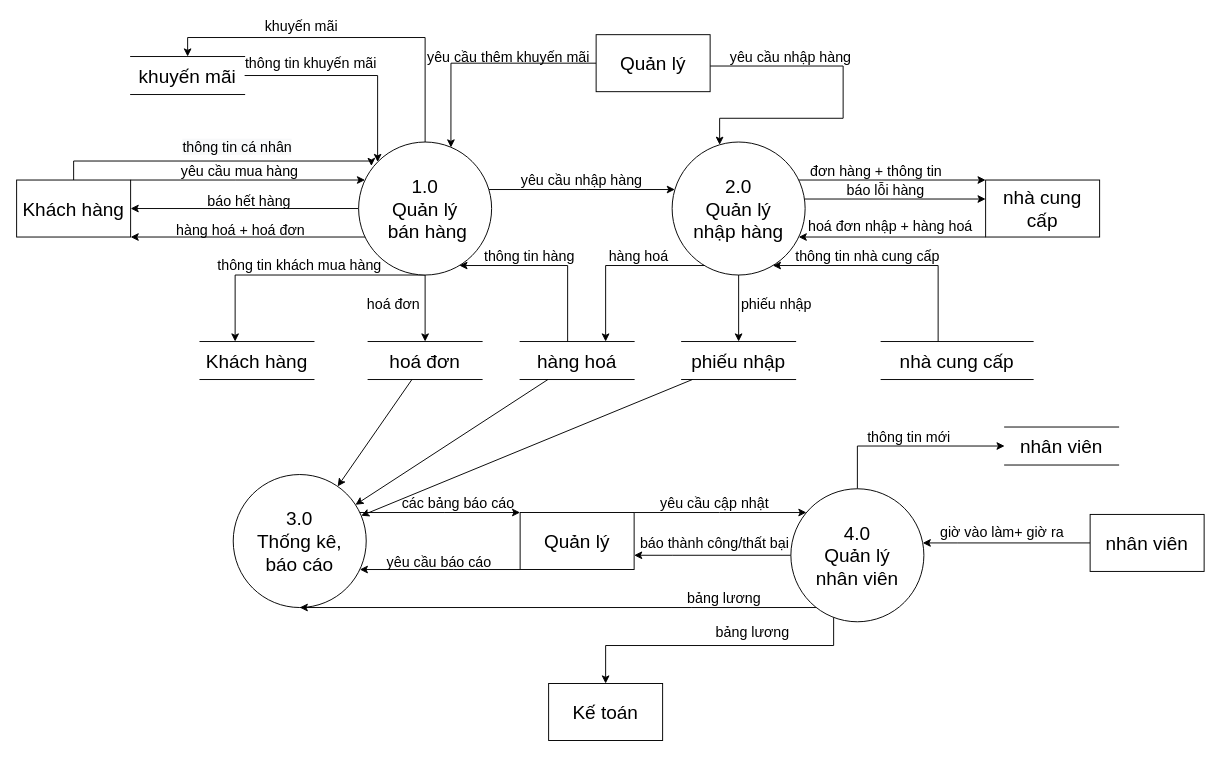
Before: Documents/DFD muc 0,1 cnpm/muc dinh.drawio in boopanda1998/Cong_nghe_phan_mem, a draw.io diagram. Source tidied: cells renumbered, new cells numbered last; positions are measured from the earlier drawing's top-left corner, leaving out a move shared by most shapes. Both pictures are drawn from the tidied source at 95%, with x=0, y=0 at pixel (16, 16).
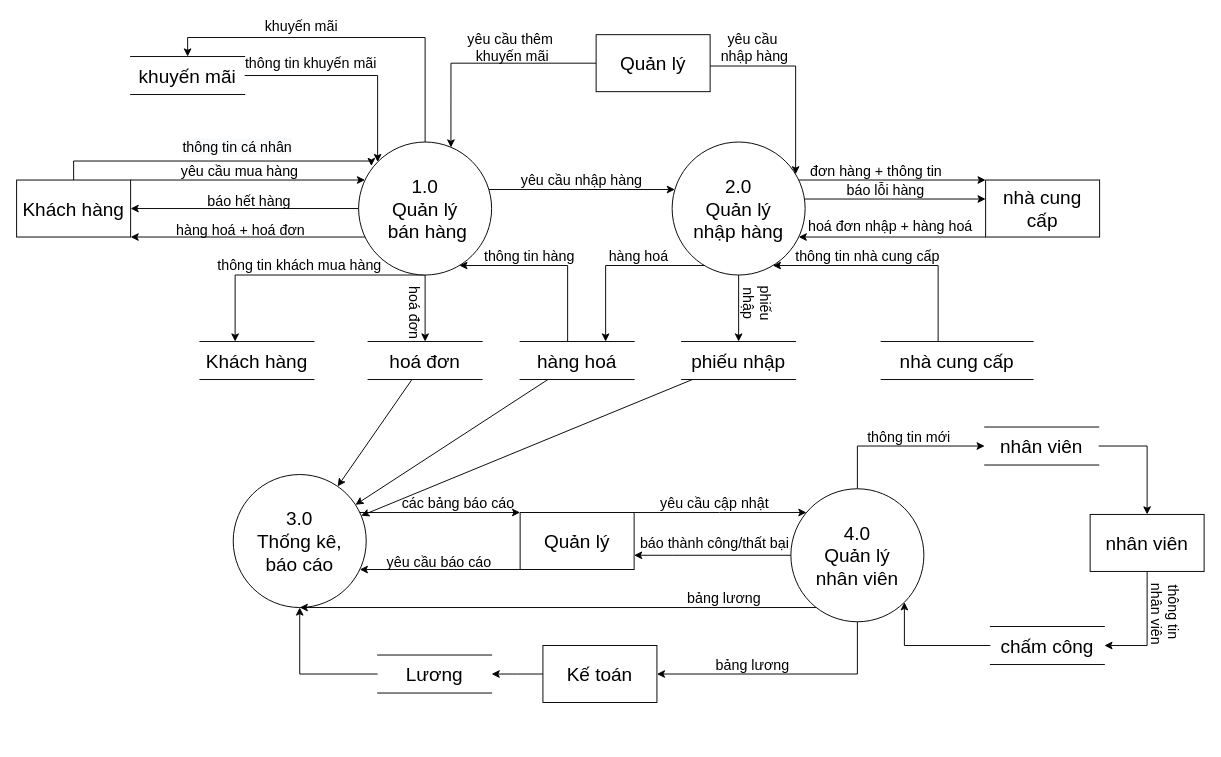
After the change.

Unchanged cells that the change refers to:
```xml
<mxCell id="17" value="&lt;font style=&quot;font-size: 20px&quot;&gt;2.0&lt;br&gt;Quản lý&lt;br&gt;nhập hàng&lt;br&gt;&lt;/font&gt;" style="ellipse;whiteSpace=wrap;html=1;" parent="1" vertex="1">
  <mxGeometry x="690" y="132" width="140" height="140" as="geometry" />
</mxCell>
<mxCell id="19" value="&lt;font style=&quot;font-size: 20px&quot;&gt;3.0&lt;br&gt;Thống kê,&lt;br&gt;báo cáo&lt;br&gt;&lt;/font&gt;" style="ellipse;whiteSpace=wrap;html=1;" parent="1" vertex="1">
  <mxGeometry x="228" y="482" width="140" height="140" as="geometry" />
</mxCell>
<mxCell id="24" value="&lt;font style=&quot;font-size: 20px&quot;&gt;4.0&lt;br&gt;Quản lý&lt;br&gt;nhân viên&lt;br&gt;&lt;/font&gt;" style="ellipse;whiteSpace=wrap;html=1;" parent="1" vertex="1">
  <mxGeometry x="815" y="497" width="140" height="140" as="geometry" />
</mxCell>
<mxCell id="51" value="&lt;font style=&quot;font-size: 20px&quot;&gt;Quản lý&lt;/font&gt;" style="rounded=0;whiteSpace=wrap;html=1;" parent="1" vertex="1">
  <mxGeometry x="610" y="19" width="120" height="60" as="geometry" />
</mxCell>
<mxCell id="69" value="&lt;font style=&quot;font-size: 20px&quot;&gt;nhân viên&lt;/font&gt;" style="rounded=0;whiteSpace=wrap;html=1;" parent="1" vertex="1">
  <mxGeometry x="1130" y="524" width="120" height="60" as="geometry" />
</mxCell>
```

Diff of the diagram source:
```diff
@@
+    <mxCell id="23" style="edgeStyle=orthogonalEdgeStyle;rounded=0;jettySize=auto;html=1;" parent="1" edge="1" source="24" target="19">
+      <mxGeometry relative="1" as="geometry">
+        <Array as="points">
+          <mxPoint x="710" y="622" />
+          <mxPoint x="710" y="622" />
+        </Array>
+      </mxGeometry>
+    </mxCell>
-    <mxCell id="22" style="edgeStyle=orthogonalEdgeStyle;rounded=0;jettySize=auto;html=1;fontSize=15;" parent="1" edge="1" source="24" target="64">
-      <mxGeometry relative="1" as="geometry">
-        <Array as="points">
-          <mxPoint x="860" y="662" />
-        </Array>
-      </mxGeometry>
+    <mxCell id="22" style="edgeStyle=orthogonalEdgeStyle;rounded=0;jettySize=auto;html=1;exitX=0.5;exitY=1;exitDx=0;exitDy=0;entryX=1;entryY=0.5;entryDx=0;entryDy=0;" parent="1" edge="1" source="24" target="64">
+      <mxGeometry relative="1" as="geometry" />
     </mxCell>
-    <mxCell id="23" style="edgeStyle=orthogonalEdgeStyle;rounded=0;jettySize=auto;html=1;" parent="1" edge="1" source="24" target="19">
-      <mxGeometry relative="1" as="geometry">
-        <Array as="points">
-          <mxPoint x="710" y="622" />
-          <mxPoint x="710" y="622" />
-        </Array>
-      </mxGeometry>
-    </mxCell>
@@
+    <mxCell id="74" style="edgeStyle=orthogonalEdgeStyle;rounded=0;jettySize=auto;html=1;exitX=1;exitY=0.5;exitDx=0;exitDy=0;" parent="1" edge="1" source="33" target="69">
+      <mxGeometry relative="1" as="geometry" />
+    </mxCell>
     <mxCell id="33" value="&lt;span style=&quot;font-size: 20px&quot;&gt;nhân viên&lt;/span&gt;" style="shape=partialRectangle;whiteSpace=wrap;html=1;left=0;right=0;fillColor=none;" parent="1" vertex="1">
-      <mxGeometry x="1040" y="432" width="120" height="40" as="geometry" />
+      <mxGeometry x="1019" y="432" width="120" height="40" as="geometry" />
     </mxCell>
@@
-    <mxCell id="37" value="hoá đơn" style="text;html=1;strokeColor=none;fillColor=none;align=center;verticalAlign=middle;whiteSpace=wrap;rounded=0;fontSize=15;" parent="1" vertex="1">
-      <mxGeometry x="337" y="292" width="120" height="20" as="geometry" />
+    <mxCell id="37" value="hoá đơn" style="text;html=1;strokeColor=none;fillColor=none;align=center;verticalAlign=middle;whiteSpace=wrap;rounded=0;fontSize=15;rotation=90;" parent="1" vertex="1">
+      <mxGeometry x="360" y="302" width="120" height="20" as="geometry" />
     </mxCell>
@@
-    <mxCell id="48" value="phiếu nhập" style="text;html=1;strokeColor=none;fillColor=none;align=center;verticalAlign=middle;whiteSpace=wrap;rounded=0;fontSize=15;" parent="1" vertex="1">
-      <mxGeometry x="740" y="292" width="120" height="20" as="geometry" />
+    <mxCell id="48" value="phiếu &lt;br&gt;nhập" style="text;html=1;strokeColor=none;fillColor=none;align=center;verticalAlign=middle;whiteSpace=wrap;rounded=0;fontSize=15;rotation=90;" parent="1" vertex="1">
+      <mxGeometry x="720" y="292" width="120" height="20" as="geometry" />
     </mxCell>
     <mxCell id="49" style="edgeStyle=orthogonalEdgeStyle;rounded=0;jettySize=auto;html=1;fontSize=15;" parent="1" edge="1" source="51" target="17">
       <mxGeometry relative="1" as="geometry">
         <Array as="points">
-          <mxPoint x="870" y="52" />
-          <mxPoint x="870" y="107" />
-          <mxPoint x="740" y="107" />
+          <mxPoint x="820" y="52" />
         </Array>
       </mxGeometry>
     </mxCell>
@@
-    <mxCell id="52" value="yêu cầu nhập hàng" style="text;html=1;strokeColor=none;fillColor=none;align=center;verticalAlign=middle;whiteSpace=wrap;rounded=0;fontSize=15;" parent="1" vertex="1">
-      <mxGeometry x="710" y="32" width="210" height="20" as="geometry" />
+    <mxCell id="52" value="yêu cầu&lt;br&gt;&amp;nbsp;nhập hàng" style="text;html=1;strokeColor=none;fillColor=none;align=center;verticalAlign=middle;whiteSpace=wrap;rounded=0;fontSize=15;" parent="1" vertex="1">
+      <mxGeometry x="670" y="22" width="210" height="20" as="geometry" />
     </mxCell>
@@
-    <mxCell id="57" value="yêu cầu thêm khuyến mãi" style="text;html=1;strokeColor=none;fillColor=none;align=center;verticalAlign=middle;whiteSpace=wrap;rounded=0;fontSize=15;" parent="1" vertex="1">
-      <mxGeometry x="413" y="32" width="210" height="20" as="geometry" />
+    <mxCell id="57" value="yêu cầu thêm&lt;br&gt;&amp;nbsp;khuyến mãi" style="text;html=1;strokeColor=none;fillColor=none;align=center;verticalAlign=middle;whiteSpace=wrap;rounded=0;fontSize=15;" parent="1" vertex="1">
+      <mxGeometry x="415" y="22" width="210" height="20" as="geometry" />
     </mxCell>
@@
+    <mxCell id="75" style="edgeStyle=orthogonalEdgeStyle;rounded=0;jettySize=auto;html=1;exitX=0;exitY=0.5;exitDx=0;exitDy=0;" parent="1" edge="1" source="64">
+      <mxGeometry relative="1" as="geometry">
+        <mxPoint x="500" y="692" as="targetPoint" />
+      </mxGeometry>
+    </mxCell>
     <mxCell id="64" value="&lt;font style=&quot;font-size: 20px&quot;&gt;Kế toán&lt;/font&gt;" style="rounded=0;whiteSpace=wrap;html=1;" parent="1" vertex="1">
-      <mxGeometry x="560" y="702" width="120" height="60" as="geometry" />
+      <mxGeometry x="554" y="662" width="120" height="60" as="geometry" />
     </mxCell>
     <mxCell id="65" value="bảng lương" style="text;html=1;strokeColor=none;fillColor=none;align=center;verticalAlign=middle;whiteSpace=wrap;rounded=0;fontSize=15;" parent="1" vertex="1">
-      <mxGeometry x="710" y="637" width="130" height="20" as="geometry" />
+      <mxGeometry x="710" y="672" width="130" height="20" as="geometry" />
     </mxCell>
@@
-    <mxCell id="68" style="edgeStyle=orthogonalEdgeStyle;rounded=0;jettySize=auto;html=1;fontSize=15;" parent="1" edge="1" source="69" target="24">
-      <mxGeometry relative="1" as="geometry">
-        <Array as="points">
-          <mxPoint x="990" y="554" />
-          <mxPoint x="990" y="554" />
-        </Array>
-      </mxGeometry>
-    </mxCell>
+    <mxCell id="76" style="edgeStyle=orthogonalEdgeStyle;rounded=0;jettySize=auto;html=1;exitX=0.5;exitY=1;exitDx=0;exitDy=0;entryX=1;entryY=0.5;entryDx=0;entryDy=0;" parent="1" edge="1" source="69" target="80">
+      <mxGeometry relative="1" as="geometry" />
+    </mxCell>
@@
-    <mxCell id="70" value="giờ vào làm+ giờ ra" style="text;html=1;strokeColor=none;fillColor=none;align=center;verticalAlign=middle;whiteSpace=wrap;rounded=0;fontSize=15;" parent="1" vertex="1">
-      <mxGeometry x="955" y="532" width="165" height="20" as="geometry" />
-    </mxCell>
@@
+    <mxCell id="77" style="edgeStyle=orthogonalEdgeStyle;rounded=0;jettySize=auto;html=1;exitX=0;exitY=0.5;exitDx=0;exitDy=0;entryX=0.5;entryY=1;entryDx=0;entryDy=0;" parent="1" edge="1" source="78" target="19">
+      <mxGeometry relative="1" as="geometry" />
+    </mxCell>
+    <mxCell id="78" value="&lt;font style=&quot;font-size: 20px&quot;&gt;Lương&lt;/font&gt;" style="shape=partialRectangle;whiteSpace=wrap;html=1;left=0;right=0;fillColor=none;" parent="1" vertex="1">
+      <mxGeometry x="380" y="672" width="120" height="40" as="geometry" />
+    </mxCell>
+    <mxCell id="79" style="edgeStyle=orthogonalEdgeStyle;rounded=0;jettySize=auto;html=1;exitX=0;exitY=0.5;exitDx=0;exitDy=0;entryX=1;entryY=1;entryDx=0;entryDy=0;" parent="1" edge="1" source="80" target="24">
+      <mxGeometry relative="1" as="geometry" />
+    </mxCell>
+    <mxCell id="80" value="&lt;span style=&quot;font-size: 20px&quot;&gt;chấm công&lt;/span&gt;" style="shape=partialRectangle;whiteSpace=wrap;html=1;left=0;right=0;fillColor=none;" parent="1" vertex="1">
+      <mxGeometry x="1025" y="642" width="120" height="40" as="geometry" />
+    </mxCell>
+    <mxCell id="81" value="thông tin&lt;br&gt;&amp;nbsp;nhân viên" style="text;html=1;strokeColor=none;fillColor=none;align=center;verticalAlign=middle;whiteSpace=wrap;rounded=0;fontSize=15;rotation=90;" parent="1" vertex="1">
+      <mxGeometry x="1130" y="617" width="159" height="20" as="geometry" />
+    </mxCell>
```
